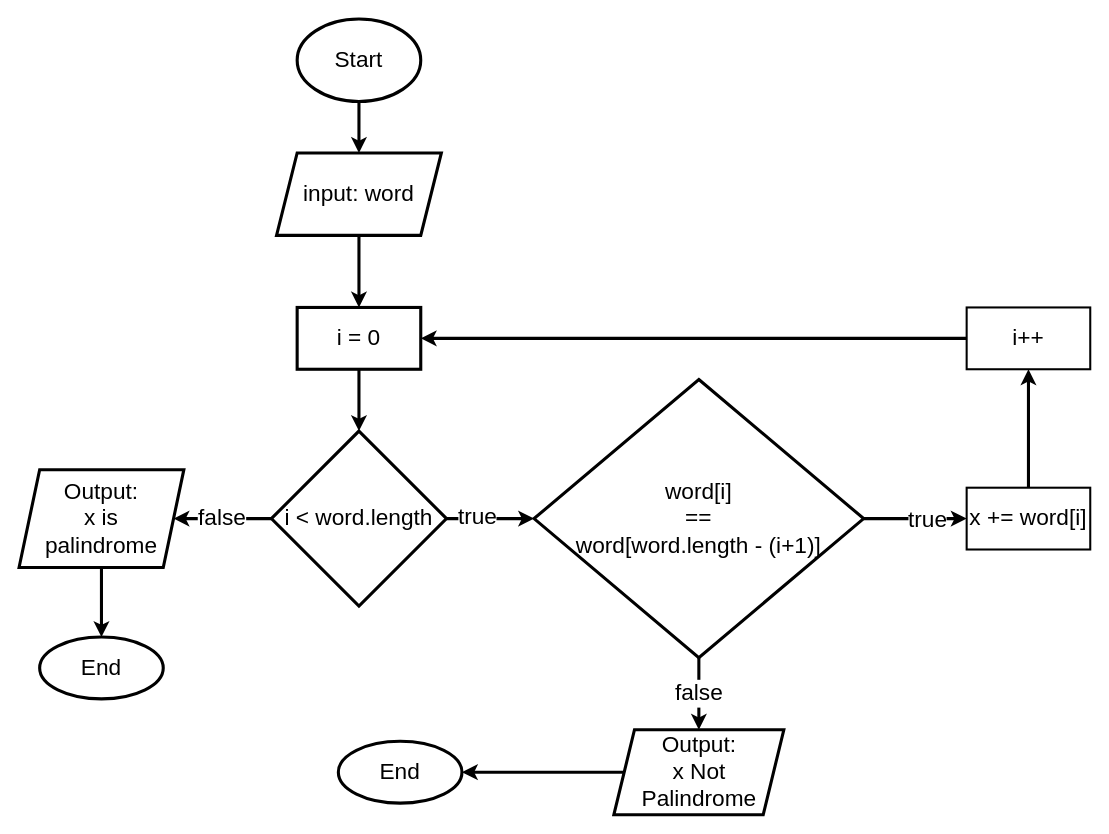
This is flowchart-palindrome.drawio from rioprayoga23/fw12-javascript-1, a draw.io file, before an edit. Source tidied: cells renumbered, new cells numbered last; positions are measured from the earlier drawing's top-left corner, leaving out a move shared by most shapes. Both pictures are drawn from the tidied source at 103%, with x=0, y=0 at pixel (19, 19).
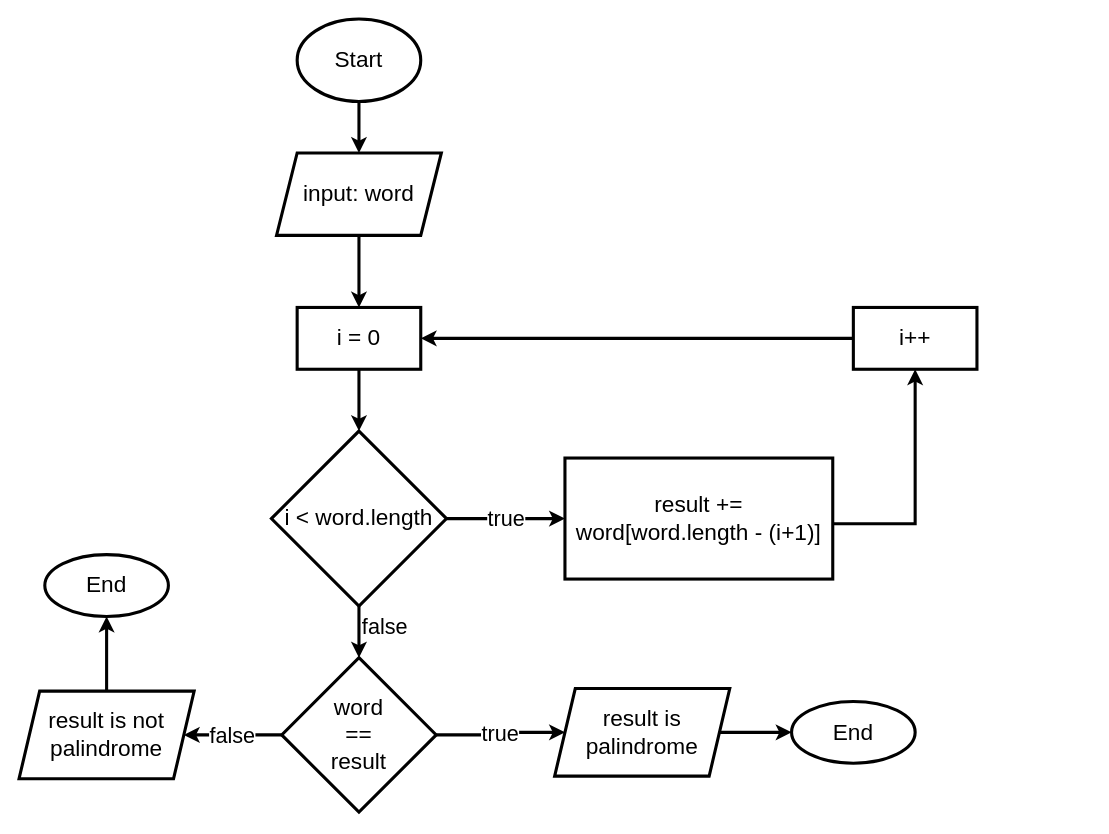
Above is the later version.

Commit message (it also covers changes not shown here):
mengganti flowchart

Unchanged cells that the change refers to:
```xml
<mxCell id="11" value="&lt;font style=&quot;font-size: 22px;&quot;&gt;i &amp;lt; word.length&lt;/font&gt;" style="rhombus;whiteSpace=wrap;html=1;rounded=0;strokeWidth=3;fontSize=22;" parent="1" vertex="1">
  <mxGeometry x="245" y="400" width="170" height="170" as="geometry" />
</mxCell>
```

Change to the diagram source:
```diff
@@
-    <mxCell id="8" style="edgeStyle=none;rounded=0;jettySize=auto;html=1;strokeWidth=3;fontSize=22;" parent="1" edge="1" source="11" target="15">
-      <mxGeometry relative="1" as="geometry" />
-    </mxCell>
-    <mxCell id="9" value="true" style="edgeLabel;html=1;align=center;verticalAlign=middle;fontSize=22;" parent="8" vertex="1">
-      <mxGeometry x="-0.32" y="2" relative="1" as="geometry" />
-    </mxCell>
-    <mxCell id="10" value="false" style="edgeStyle=none;rounded=0;jettySize=auto;html=1;strokeWidth=3;fontSize=22;" parent="1" edge="1" source="11" target="24">
-      <mxGeometry relative="1" as="geometry" />
-    </mxCell>
+    <mxCell id="26" value="&lt;font style=&quot;font-size: 21px;&quot;&gt;true&lt;/font&gt;" style="edgeStyle=orthogonalEdgeStyle;rounded=0;jettySize=auto;html=1;strokeWidth=3;" parent="1" edge="1" source="11" target="28">
+      <mxGeometry relative="1" as="geometry" />
+    </mxCell>
+    <mxCell id="27" style="edgeStyle=orthogonalEdgeStyle;rounded=0;jettySize=auto;html=1;strokeWidth=3;fontSize=21;" parent="1" edge="1" source="11" target="32">
+      <mxGeometry relative="1" as="geometry" />
+    </mxCell>
@@
-    <mxCell id="12" value="false" style="edgeStyle=none;rounded=0;jettySize=auto;html=1;strokeWidth=3;fontSize=22;" parent="1" edge="1" source="15" target="21">
-      <mxGeometry relative="1" as="geometry" />
-    </mxCell>
-    <mxCell id="13" style="edgeStyle=none;rounded=0;jettySize=auto;html=1;strokeWidth=3;fontSize=22;" parent="1" edge="1" source="15" target="17">
-      <mxGeometry relative="1" as="geometry" />
-    </mxCell>
-    <mxCell id="14" value="true" style="edgeLabel;html=1;align=center;verticalAlign=middle;fontSize=22;" parent="13" vertex="1">
-      <mxGeometry x="0.21" y="-1" relative="1" as="geometry" />
-    </mxCell>
-    <mxCell id="15" value="&lt;font style=&quot;font-size: 22px;&quot;&gt;word[i]&lt;br style=&quot;font-size: 22px;&quot;&gt;==&lt;br style=&quot;font-size: 22px;&quot;&gt;word[word.length - (i+1)]&lt;/font&gt;" style="strokeWidth=3;html=1;shape=mxgraph.flowchart.decision;whiteSpace=wrap;fontSize=22;" parent="1" vertex="1">
-      <mxGeometry x="500" y="350" width="320" height="270" as="geometry" />
-    </mxCell>
-    <mxCell id="16" style="edgeStyle=none;rounded=0;jettySize=auto;html=1;strokeWidth=3;fontSize=22;" parent="1" edge="1" source="17" target="19">
-      <mxGeometry relative="1" as="geometry" />
-    </mxCell>
-    <mxCell id="17" value="&lt;font style=&quot;font-size: 22px;&quot;&gt;x += word[i]&lt;/font&gt;" style="whiteSpace=wrap;html=1;fontSize=22;strokeWidth=2;" parent="1" vertex="1">
-      <mxGeometry x="920" y="455" width="120" height="60" as="geometry" />
-    </mxCell>
@@
-    <mxCell id="19" value="&lt;font style=&quot;font-size: 22px;&quot;&gt;i++&lt;/font&gt;" style="whiteSpace=wrap;html=1;fontSize=22;strokeWidth=2;" parent="1" vertex="1">
-      <mxGeometry x="920" y="280" width="120" height="60" as="geometry" />
+    <mxCell id="19" value="&lt;font style=&quot;font-size: 22px;&quot;&gt;i++&lt;/font&gt;" style="whiteSpace=wrap;html=1;fontSize=22;strokeWidth=3;" parent="1" vertex="1">
+      <mxGeometry x="810" y="280" width="120" height="60" as="geometry" />
     </mxCell>
-    <mxCell id="20" style="edgeStyle=none;rounded=0;jettySize=auto;html=1;strokeWidth=3;fontSize=22;" parent="1" edge="1" source="21" target="22">
-      <mxGeometry relative="1" as="geometry" />
-    </mxCell>
-    <mxCell id="21" value="&lt;font style=&quot;font-size: 22px;&quot;&gt;Output:&lt;br style=&quot;font-size: 22px;&quot;&gt;x Not Palindrome&lt;/font&gt;" style="shape=parallelogram;perimeter=parallelogramPerimeter;whiteSpace=wrap;html=1;fixedSize=1;strokeWidth=3;fontSize=22;" parent="1" vertex="1">
-      <mxGeometry x="577.5" y="690" width="165" height="82.5" as="geometry" />
-    </mxCell>
+    <mxCell id="25" value="&lt;font style=&quot;font-size: 22px;&quot;&gt;End&lt;/font&gt;" style="ellipse;whiteSpace=wrap;html=1;rounded=0;strokeWidth=3;fontSize=22;" parent="1" vertex="1">
+      <mxGeometry x="25" y="520" width="120" height="60" as="geometry" />
+    </mxCell>
+    <mxCell id="28" value="result += &lt;br&gt;word[word.length - (i+1)]" style="whiteSpace=wrap;html=1;fontSize=22;rounded=0;strokeWidth=3;" parent="1" vertex="1">
+      <mxGeometry x="530" y="426.2" width="260" height="117.5" as="geometry" />
+    </mxCell>
+    <mxCell id="29" style="endArrow=classic;html=1;rounded=0;entryX=0.5;entryY=1;entryDx=0;entryDy=0;strokeWidth=3;" parent="1" edge="1" target="19">
+      <mxGeometry relative="1" as="geometry">
+        <mxPoint x="790" y="490" as="sourcePoint" />
+        <Array as="points">
+          <mxPoint x="870" y="490" />
+          <mxPoint x="870" y="420" />
+        </Array>
+      </mxGeometry>
+    </mxCell>
+    <mxCell id="30" value="true" style="edgeStyle=orthogonalEdgeStyle;rounded=0;jettySize=auto;html=1;strokeWidth=3;fontSize=21;" parent="1" edge="1" source="32" target="34">
+      <mxGeometry relative="1" as="geometry" />
+    </mxCell>
+    <mxCell id="31" value="false" style="edgeStyle=orthogonalEdgeStyle;rounded=0;jettySize=auto;html=1;strokeWidth=3;fontSize=21;" parent="1" edge="1" source="32" target="36">
+      <mxGeometry relative="1" as="geometry" />
+    </mxCell>
+    <mxCell id="32" value="word&lt;br&gt;==&lt;br&gt;result" style="rhombus;whiteSpace=wrap;html=1;fontSize=22;rounded=0;strokeWidth=3;" parent="1" vertex="1">
+      <mxGeometry x="255" y="620" width="150" height="150" as="geometry" />
+    </mxCell>
+    <mxCell id="33" style="edgeStyle=orthogonalEdgeStyle;rounded=0;jettySize=auto;html=1;strokeWidth=3;fontSize=21;" parent="1" edge="1" source="34" target="22">
+      <mxGeometry relative="1" as="geometry" />
+    </mxCell>
+    <mxCell id="34" value="result is palindrome" style="shape=parallelogram;perimeter=parallelogramPerimeter;whiteSpace=wrap;html=1;fixedSize=1;fontSize=22;rounded=0;strokeWidth=3;" parent="1" vertex="1">
+      <mxGeometry x="520" y="650" width="170" height="85" as="geometry" />
+    </mxCell>
-    <mxCell id="22" value="End" style="ellipse;whiteSpace=wrap;html=1;fontSize=22;strokeWidth=3;" parent="1" vertex="1">
-      <mxGeometry x="310" y="701.2" width="120" height="60" as="geometry" />
+    <mxCell id="22" value="&lt;font style=&quot;font-size: 22px;&quot;&gt;End&lt;/font&gt;" style="ellipse;whiteSpace=wrap;html=1;rounded=0;strokeWidth=3;fontSize=22;" parent="1" vertex="1">
+      <mxGeometry x="750" y="662.5" width="120" height="60" as="geometry" />
     </mxCell>
-    <mxCell id="23" style="edgeStyle=none;rounded=0;jettySize=auto;html=1;strokeWidth=3;fontSize=22;" parent="1" edge="1" source="24" target="25">
-      <mxGeometry relative="1" as="geometry" />
-    </mxCell>
-    <mxCell id="24" value="&lt;font style=&quot;font-size: 22px;&quot;&gt;Output:&lt;br style=&quot;font-size: 22px;&quot;&gt;x is&lt;br style=&quot;font-size: 22px;&quot;&gt;palindrome&lt;br style=&quot;font-size: 22px;&quot;&gt;&lt;/font&gt;" style="shape=parallelogram;perimeter=parallelogramPerimeter;whiteSpace=wrap;html=1;fixedSize=1;rounded=0;strokeWidth=3;fontSize=22;" parent="1" vertex="1">
-      <mxGeometry y="437.5" width="160" height="95" as="geometry" />
-    </mxCell>
-    <mxCell id="25" value="&lt;font style=&quot;font-size: 22px;&quot;&gt;End&lt;/font&gt;" style="ellipse;whiteSpace=wrap;html=1;rounded=0;strokeWidth=3;fontSize=22;" parent="1" vertex="1">
-      <mxGeometry x="20" y="600" width="120" height="60" as="geometry" />
-    </mxCell>
+    <mxCell id="35" style="edgeStyle=orthogonalEdgeStyle;rounded=0;jettySize=auto;html=1;strokeWidth=3;fontSize=21;" parent="1" edge="1" source="36" target="25">
+      <mxGeometry relative="1" as="geometry" />
+    </mxCell>
+    <mxCell id="36" value="result is not palindrome" style="shape=parallelogram;perimeter=parallelogramPerimeter;whiteSpace=wrap;html=1;fixedSize=1;fontSize=22;rounded=0;strokeWidth=3;" parent="1" vertex="1">
+      <mxGeometry y="652.5" width="170" height="85" as="geometry" />
+    </mxCell>
+    <mxCell id="37" value="false" style="text;html=1;align=center;verticalAlign=middle;strokeColor=none;fillColor=none;fontSize=21;" parent="1" vertex="1">
+      <mxGeometry x="320" y="570" width="70" height="40" as="geometry" />
+    </mxCell>
```
